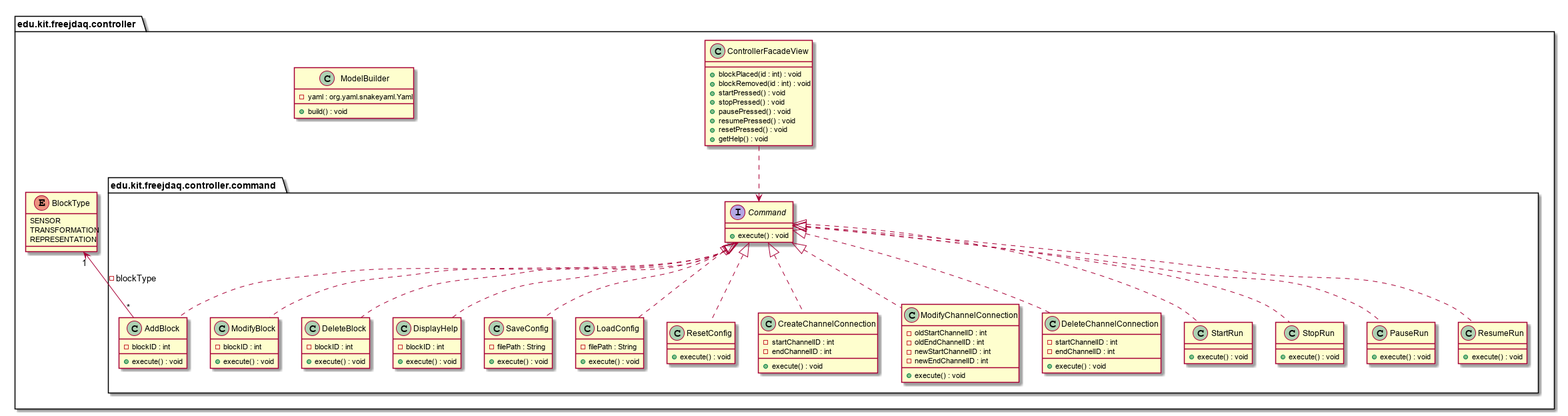
The PlantUML diagram 2-Entwurf/Entwicklung/src/edu/kit/freejdaq/controller/DiagramController.png in osl2/DAQ-Documents, before a commit.
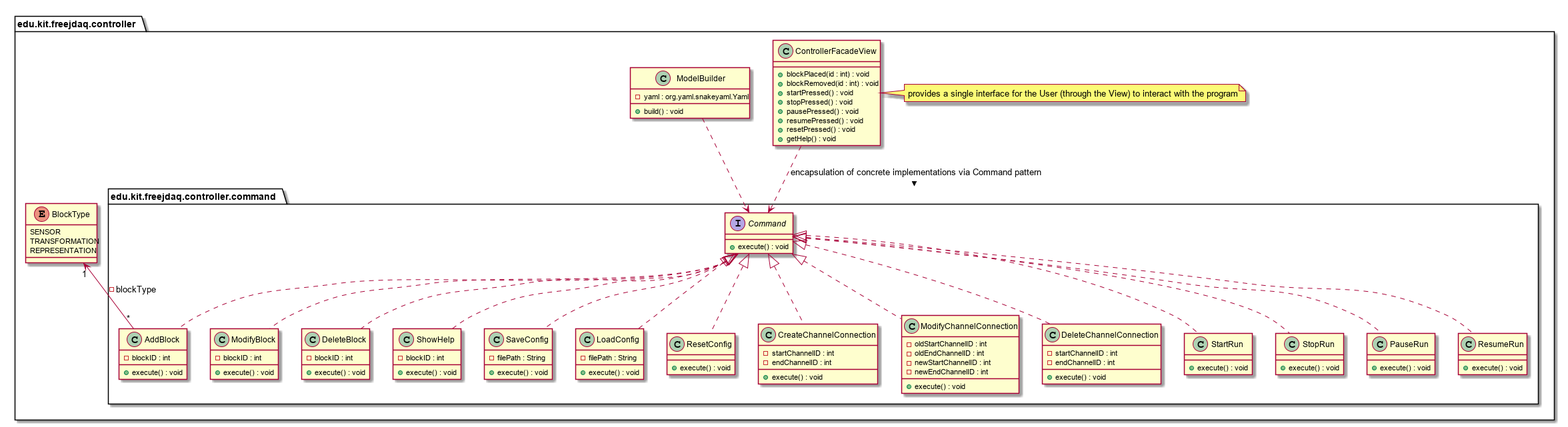
The same file after the commit.

Commit message:
notes and improvements

Diff of the diagram source:
```diff
@@ -31,7 +31,7 @@
 			+ execute() : void
 		}
 
-		class DisplayHelp {
+		class ShowHelp {
 			- blockID : int
 			+ execute() : void
 		}
@@ -89,7 +89,7 @@
 		Command <|.. AddBlock
 		Command <|.. DeleteBlock
 		Command <|.. ModifyBlock
-		Command <|.. DisplayHelp
+		Command <|.. ShowHelp
 		Command <|.. SaveConfig
 		Command <|.. LoadConfig
 		Command <|.. ResetConfig
@@ -119,7 +119,10 @@
 		+ getHelp() : void
 	}
 
-	Command <.down. ControllerFacadeView
+	note right of ControllerFacadeView : provides a single interface for the User (through the View) to interact with the program
+
+	Command <.down. ControllerFacadeView : < encapsulation of concrete implementations via Command pattern
+	Command <.down. ModelBuilder
 }
 
 @enduml
```
